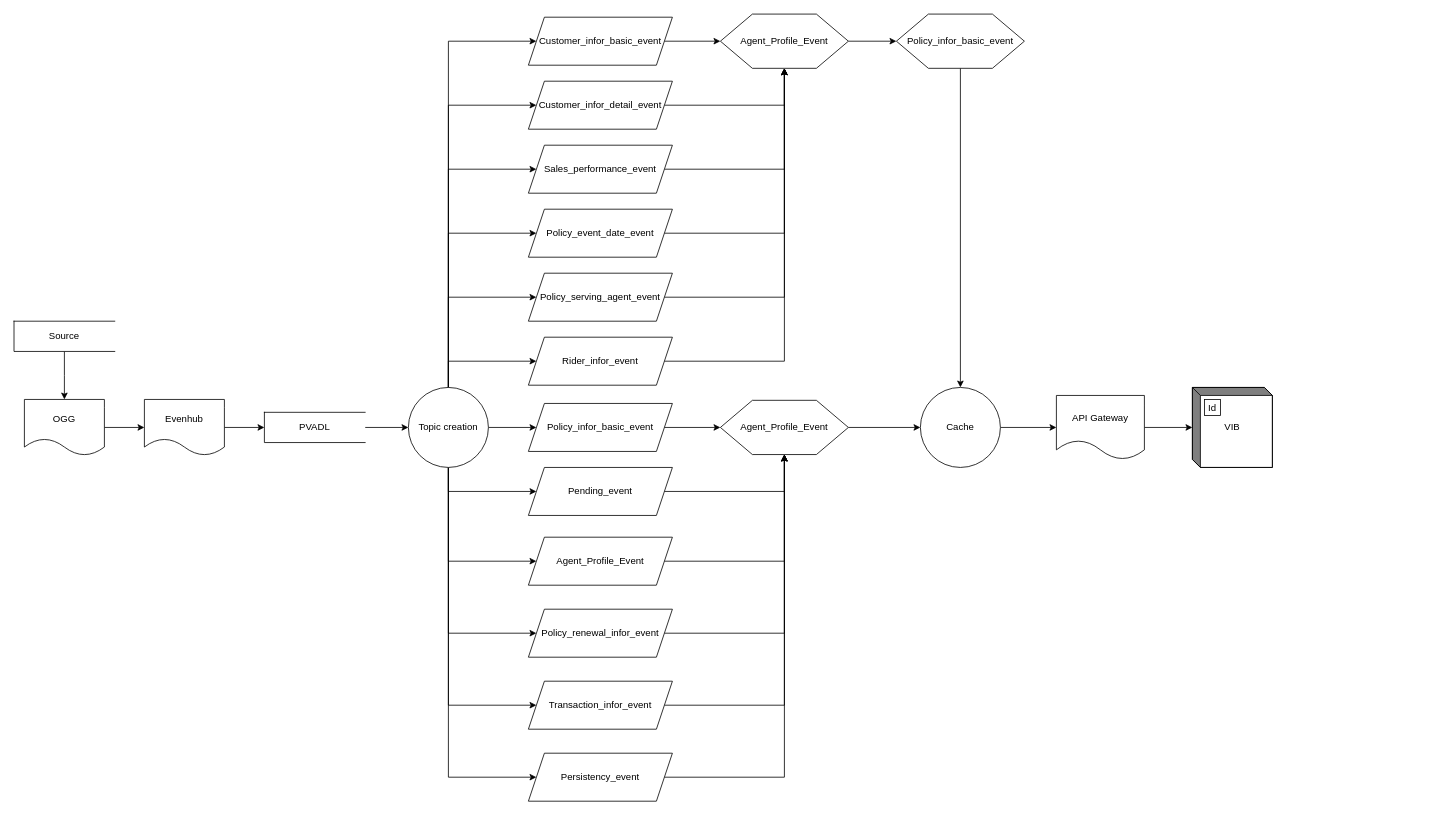
This is DFD VIB.drawio.xml from EpicM97/EpicM, a draw.io file, before an edit. Source tidied: cells renumbered, new cells numbered last; positions are measured from the earlier drawing's top-left corner, leaving out a move shared by most shapes. Both pictures are drawn from the tidied source at 80%, with x=0, y=0 at pixel (14, 14).
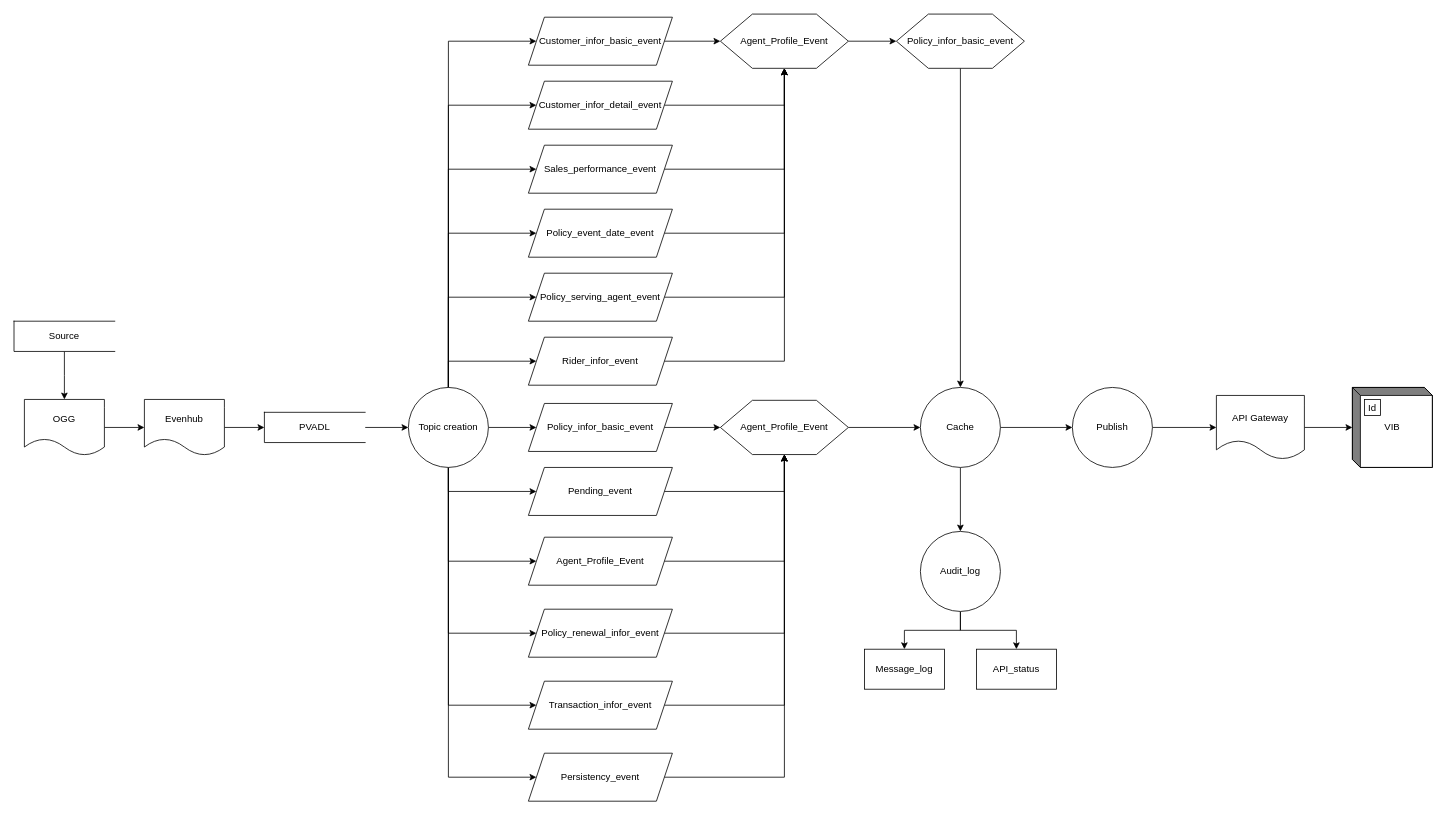
After the change.

Unchanged cells that the change refers to:
```xml
<mxCell id="55" value="Cache" style="ellipse;whiteSpace=wrap;html=1;" parent="1" vertex="1">
  <mxGeometry x="1133" y="466.8" width="100" height="100" as="geometry" />
</mxCell>
```

Diff of the diagram source:
```diff
@@
-    <mxCell id="3" style="edgeStyle=orthogonalEdgeStyle;rounded=0;jettySize=auto;html=1;exitX=1;exitY=0.5;exitDx=0;exitDy=0;entryX=0;entryY=0.5;entryDx=0;entryDy=0;" parent="1" edge="1" source="55" target="5">
-      <mxGeometry relative="1" as="geometry" />
-    </mxCell>
@@
     <mxCell id="5" value="API Gateway" style="shape=document;whiteSpace=wrap;html=1;boundedLbl=1;dashed=0;flipH=1;" parent="1" vertex="1">
-      <mxGeometry x="1303" y="476.8" width="110" height="80" as="geometry" />
+      <mxGeometry x="1503" y="476.8" width="110" height="80" as="geometry" />
     </mxCell>
@@
     <mxCell id="10" value="VIB" style="html=1;dashed=0;whiteSpace=wrap;shape=mxgraph.dfd.externalEntity;" parent="1" vertex="1">
-      <mxGeometry x="1473" y="466.8" width="100" height="100" as="geometry" />
+      <mxGeometry x="1673" y="466.8" width="100" height="100" as="geometry" />
     </mxCell>
@@
+    <mxCell id="60" style="edgeStyle=orthogonalEdgeStyle;rounded=0;jettySize=auto;html=1;entryX=0;entryY=0.5;entryDx=0;entryDy=0;" parent="1" edge="1" source="55" target="63">
+      <mxGeometry relative="1" as="geometry" />
+    </mxCell>
+    <mxCell id="61" style="edgeStyle=orthogonalEdgeStyle;rounded=0;jettySize=auto;html=1;" parent="1" edge="1" source="55" target="66">
+      <mxGeometry relative="1" as="geometry" />
+    </mxCell>
@@
+    <mxCell id="62" style="edgeStyle=orthogonalEdgeStyle;rounded=0;jettySize=auto;html=1;entryX=0;entryY=0.5;entryDx=0;entryDy=0;" parent="1" edge="1" source="63" target="5">
+      <mxGeometry relative="1" as="geometry" />
+    </mxCell>
+    <mxCell id="63" value="Publish" style="ellipse;whiteSpace=wrap;html=1;" parent="1" vertex="1">
+      <mxGeometry x="1323" y="466.8" width="100" height="100" as="geometry" />
+    </mxCell>
+    <mxCell id="64" style="edgeStyle=orthogonalEdgeStyle;rounded=0;jettySize=auto;html=1;entryX=0.5;entryY=0;entryDx=0;entryDy=0;" parent="1" edge="1" source="66" target="67">
+      <mxGeometry relative="1" as="geometry" />
+    </mxCell>
+    <mxCell id="65" style="edgeStyle=orthogonalEdgeStyle;rounded=0;jettySize=auto;html=1;entryX=0.5;entryY=0;entryDx=0;entryDy=0;" parent="1" edge="1" source="66" target="68">
+      <mxGeometry relative="1" as="geometry" />
+    </mxCell>
+    <mxCell id="66" value="Audit_log" style="ellipse;whiteSpace=wrap;html=1;" parent="1" vertex="1">
+      <mxGeometry x="1133" y="646.8" width="100" height="100" as="geometry" />
+    </mxCell>
+    <mxCell id="67" value="Message_log" style="html=1;dashed=0;whiteSpace=wrap;" parent="1" vertex="1">
+      <mxGeometry x="1063" y="794" width="100" height="50" as="geometry" />
+    </mxCell>
+    <mxCell id="68" value="API_status" style="html=1;dashed=0;whiteSpace=wrap;" parent="1" vertex="1">
+      <mxGeometry x="1203" y="794" width="100" height="50" as="geometry" />
+    </mxCell>
```
